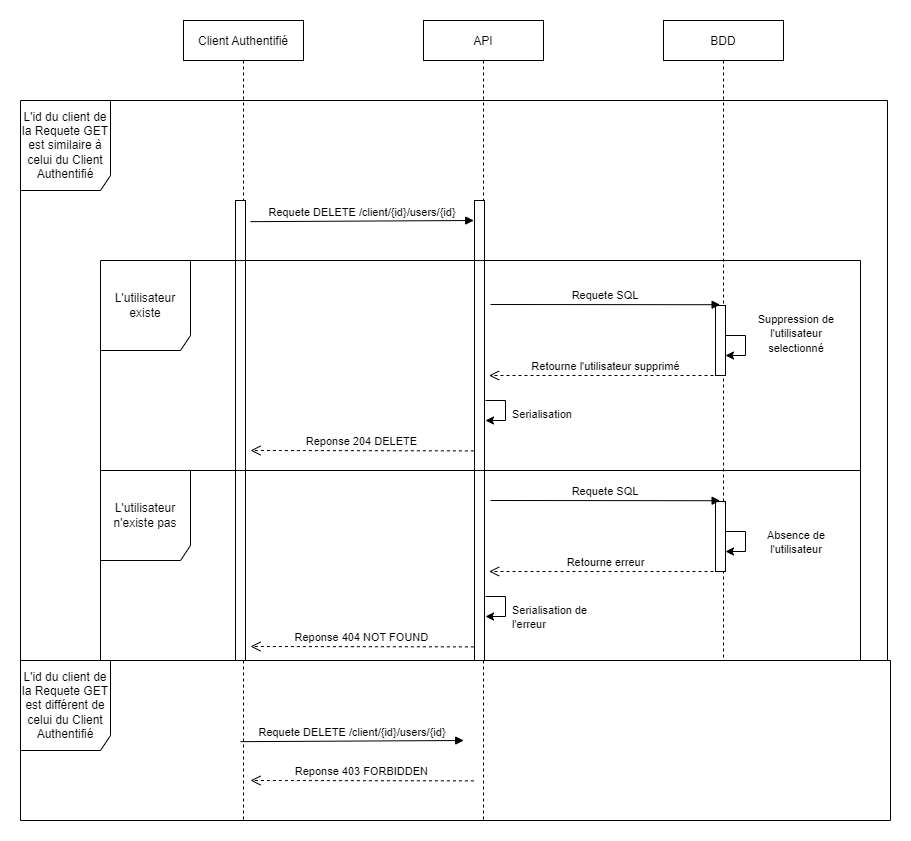
Earlier version of the draw.io export Diagrams/Sequence DELETE users.png (Pierre-Ka/API-OP7). Source tidied: cells renumbered, new cells last; positions are measured from the earlier drawing's top-left corner, leaving out a move shared by most shapes. The source it was exported from:
```xml
<mxGraphModel>
  <root>
    <mxCell id="0" />
    <mxCell id="1" parent="0" />
    <mxCell id="2" value="Client Authentifié" style="shape=umlLifeline;perimeter=lifelinePerimeter;rounded=0;shadow=0;strokeWidth=1;" parent="1" vertex="1">
      <mxGeometry x="163" width="120" height="800" as="geometry" />
    </mxCell>
    <mxCell id="3" style="perimeter=orthogonalPerimeter;rounded=0;shadow=0;strokeWidth=1;" parent="2" vertex="1">
      <mxGeometry x="52" y="180" width="10" height="460" as="geometry" />
    </mxCell>
    <mxCell id="4" value="API" style="shape=umlLifeline;perimeter=lifelinePerimeter;rounded=0;shadow=0;strokeWidth=1;" parent="1" vertex="1">
      <mxGeometry x="403" width="120" height="800" as="geometry" />
    </mxCell>
    <mxCell id="5" style="perimeter=orthogonalPerimeter;rounded=0;shadow=0;strokeWidth=1;" parent="4" vertex="1">
      <mxGeometry x="51" y="180" width="10" height="460" as="geometry" />
    </mxCell>
    <mxCell id="6" style="endArrow=classic;html=1;rounded=0;" parent="4" edge="1">
      <mxGeometry relative="1" as="geometry">
        <mxPoint x="62" y="380" as="sourcePoint" />
        <mxPoint x="62" y="400" as="targetPoint" />
        <Array as="points">
          <mxPoint x="82" y="380" />
          <mxPoint x="82" y="400" />
        </Array>
      </mxGeometry>
    </mxCell>
    <mxCell id="7" value="BDD" style="shape=umlLifeline;perimeter=lifelinePerimeter;rounded=0;shadow=0;strokeWidth=1;" parent="1" vertex="1">
      <mxGeometry x="643" width="120" height="640" as="geometry" />
    </mxCell>
    <mxCell id="8" value="L'id du client de la Requete GET est similaire à celui du Client Authentifié" style="shape=umlFrame;whiteSpace=wrap;html=1;width=90;height=90;" parent="1" vertex="1">
      <mxGeometry y="80" width="867" height="560" as="geometry" />
    </mxCell>
    <mxCell id="9" value="Requete DELETE /client/{id}/users/{id}" style="verticalAlign=bottom;endArrow=block;shadow=0;strokeWidth=1;exitX=1.18;exitY=0.233;exitDx=0;exitDy=0;exitPerimeter=0;" parent="1" edge="1">
      <mxGeometry relative="1" as="geometry">
        <mxPoint x="230" y="201.2" as="sourcePoint" />
        <mxPoint x="453.2" y="200" as="targetPoint" />
      </mxGeometry>
    </mxCell>
    <mxCell id="10" style="perimeter=orthogonalPerimeter;rounded=0;shadow=0;strokeWidth=1;" parent="1" vertex="1">
      <mxGeometry x="695" y="285" width="10" height="70" as="geometry" />
    </mxCell>
    <mxCell id="11" style="endArrow=classic;html=1;rounded=0;" parent="1" edge="1">
      <mxGeometry relative="1" as="geometry">
        <mxPoint x="705" y="315" as="sourcePoint" />
        <mxPoint x="705" y="335" as="targetPoint" />
        <Array as="points">
          <mxPoint x="725" y="315" />
          <mxPoint x="725" y="335" />
        </Array>
      </mxGeometry>
    </mxCell>
    <mxCell id="12" value="&lt;div style=&quot;text-align: center&quot;&gt;&lt;font face=&quot;helvetica&quot;&gt;&lt;span style=&quot;font-size: 11px ; background-color: rgb(255 , 255 , 255)&quot;&gt;Suppression de l'utilisateur selectionné&lt;/span&gt;&lt;/font&gt;&lt;/div&gt;" style="text;whiteSpace=wrap;html=1;" parent="1" vertex="1">
      <mxGeometry x="730" y="285" width="90" height="30" as="geometry" />
    </mxCell>
    <mxCell id="13" value="Requete SQL" style="verticalAlign=bottom;endArrow=block;shadow=0;strokeWidth=1;entryX=0.497;entryY=0.182;entryDx=0;entryDy=0;entryPerimeter=0;" parent="1" edge="1">
      <mxGeometry relative="1" as="geometry">
        <mxPoint x="470" y="284" as="sourcePoint" />
        <mxPoint x="699.6" y="284.2" as="targetPoint" />
      </mxGeometry>
    </mxCell>
    <mxCell id="14" value="&lt;span style=&quot;color: rgb(0 , 0 , 0) ; font-family: &amp;#34;helvetica&amp;#34; ; font-size: 11px ; font-style: normal ; font-weight: 400 ; letter-spacing: normal ; text-align: center ; text-indent: 0px ; text-transform: none ; word-spacing: 0px ; background-color: rgb(255 , 255 , 255) ; display: inline ; float: none&quot;&gt;Serialisation&lt;/span&gt;" style="text;whiteSpace=wrap;html=1;" parent="1" vertex="1">
      <mxGeometry x="490" y="380" width="100" height="30" as="geometry" />
    </mxCell>
    <mxCell id="15" value="Retourne l'utilisateur supprimé " style="verticalAlign=bottom;endArrow=open;dashed=1;endSize=8;shadow=0;strokeWidth=1;" parent="1" edge="1">
      <mxGeometry relative="1" as="geometry">
        <mxPoint x="705" y="355" as="sourcePoint" />
        <mxPoint x="468.6" y="355" as="targetPoint" />
      </mxGeometry>
    </mxCell>
    <mxCell id="16" value="Reponse 204 DELETE" style="verticalAlign=bottom;endArrow=open;dashed=1;endSize=8;shadow=0;strokeWidth=1;exitX=0.14;exitY=0.239;exitDx=0;exitDy=0;exitPerimeter=0;" parent="1" edge="1">
      <mxGeometry relative="1" as="geometry">
        <mxPoint x="453.4" y="430.4" as="sourcePoint" />
        <mxPoint x="230" y="430" as="targetPoint" />
      </mxGeometry>
    </mxCell>
    <mxCell id="17" style="endArrow=classic;html=1;rounded=0;" parent="1" edge="1">
      <mxGeometry relative="1" as="geometry">
        <mxPoint x="465" y="576" as="sourcePoint" />
        <mxPoint x="465" y="596" as="targetPoint" />
        <Array as="points">
          <mxPoint x="485" y="576" />
          <mxPoint x="485" y="596" />
        </Array>
      </mxGeometry>
    </mxCell>
    <mxCell id="18" style="perimeter=orthogonalPerimeter;rounded=0;shadow=0;strokeWidth=1;" parent="1" vertex="1">
      <mxGeometry x="695" y="481" width="10" height="70" as="geometry" />
    </mxCell>
    <mxCell id="19" style="endArrow=classic;html=1;rounded=0;" parent="1" edge="1">
      <mxGeometry relative="1" as="geometry">
        <mxPoint x="705" y="511" as="sourcePoint" />
        <mxPoint x="705" y="531" as="targetPoint" />
        <Array as="points">
          <mxPoint x="725" y="511" />
          <mxPoint x="725" y="531" />
        </Array>
      </mxGeometry>
    </mxCell>
    <mxCell id="20" value="&lt;div style=&quot;text-align: center&quot;&gt;&lt;font face=&quot;helvetica&quot;&gt;&lt;span style=&quot;font-size: 11px ; background-color: rgb(255 , 255 , 255)&quot;&gt;Absence de l'utilisateur&lt;/span&gt;&lt;/font&gt;&lt;/div&gt;" style="text;whiteSpace=wrap;html=1;" parent="1" vertex="1">
      <mxGeometry x="730" y="501" width="90" height="30" as="geometry" />
    </mxCell>
    <mxCell id="21" value="Requete SQL" style="verticalAlign=bottom;endArrow=block;shadow=0;strokeWidth=1;entryX=0.497;entryY=0.182;entryDx=0;entryDy=0;entryPerimeter=0;" parent="1" edge="1">
      <mxGeometry relative="1" as="geometry">
        <mxPoint x="470" y="480" as="sourcePoint" />
        <mxPoint x="699.6" y="480.2" as="targetPoint" />
      </mxGeometry>
    </mxCell>
    <mxCell id="22" value="&lt;span style=&quot;color: rgb(0 , 0 , 0) ; font-family: &amp;#34;helvetica&amp;#34; ; font-size: 11px ; font-style: normal ; font-weight: 400 ; letter-spacing: normal ; text-align: center ; text-indent: 0px ; text-transform: none ; word-spacing: 0px ; background-color: rgb(255 , 255 , 255) ; display: inline ; float: none&quot;&gt;Serialisation de l'erreur&lt;/span&gt;" style="text;whiteSpace=wrap;html=1;" parent="1" vertex="1">
      <mxGeometry x="490" y="576" width="100" height="30" as="geometry" />
    </mxCell>
    <mxCell id="23" value="Retourne erreur " style="verticalAlign=bottom;endArrow=open;dashed=1;endSize=8;shadow=0;strokeWidth=1;" parent="1" edge="1">
      <mxGeometry relative="1" as="geometry">
        <mxPoint x="705" y="551" as="sourcePoint" />
        <mxPoint x="468.6" y="551" as="targetPoint" />
      </mxGeometry>
    </mxCell>
    <mxCell id="24" value="Reponse 404 NOT FOUND" style="verticalAlign=bottom;endArrow=open;dashed=1;endSize=8;shadow=0;strokeWidth=1;exitX=0.14;exitY=0.239;exitDx=0;exitDy=0;exitPerimeter=0;" parent="1" edge="1">
      <mxGeometry relative="1" as="geometry">
        <mxPoint x="453.4" y="626.4" as="sourcePoint" />
        <mxPoint x="230" y="626" as="targetPoint" />
      </mxGeometry>
    </mxCell>
    <mxCell id="25" value="L'id du client de la Requete GET est différent de celui du Client Authentifié" style="shape=umlFrame;whiteSpace=wrap;html=1;width=90;height=90;" parent="1" vertex="1">
      <mxGeometry y="640" width="870" height="160" as="geometry" />
    </mxCell>
    <mxCell id="26" value="L'utilisateur existe" style="shape=umlFrame;whiteSpace=wrap;html=1;width=90;height=90;" parent="1" vertex="1">
      <mxGeometry x="80" y="240" width="760" height="210" as="geometry" />
    </mxCell>
    <mxCell id="27" value="L'utilisateur n'existe pas" style="shape=umlFrame;whiteSpace=wrap;html=1;width=90;height=90;" parent="1" vertex="1">
      <mxGeometry x="80" y="450" width="760" height="190" as="geometry" />
    </mxCell>
    <mxCell id="28" value="Requete DELETE /client/{id}/users/{id}" style="verticalAlign=bottom;endArrow=block;shadow=0;strokeWidth=1;exitX=1.18;exitY=0.233;exitDx=0;exitDy=0;exitPerimeter=0;" parent="1" edge="1">
      <mxGeometry relative="1" as="geometry">
        <mxPoint x="220" y="721.2" as="sourcePoint" />
        <mxPoint x="443.2" y="720" as="targetPoint" />
      </mxGeometry>
    </mxCell>
    <mxCell id="29" value="Reponse 403 FORBIDDEN" style="verticalAlign=bottom;endArrow=open;dashed=1;endSize=8;shadow=0;strokeWidth=1;exitX=0.14;exitY=0.239;exitDx=0;exitDy=0;exitPerimeter=0;" parent="1" edge="1">
      <mxGeometry relative="1" as="geometry">
        <mxPoint x="453.4" y="760.4" as="sourcePoint" />
        <mxPoint x="230" y="760" as="targetPoint" />
      </mxGeometry>
    </mxCell>
  </root>
</mxGraphModel>
```
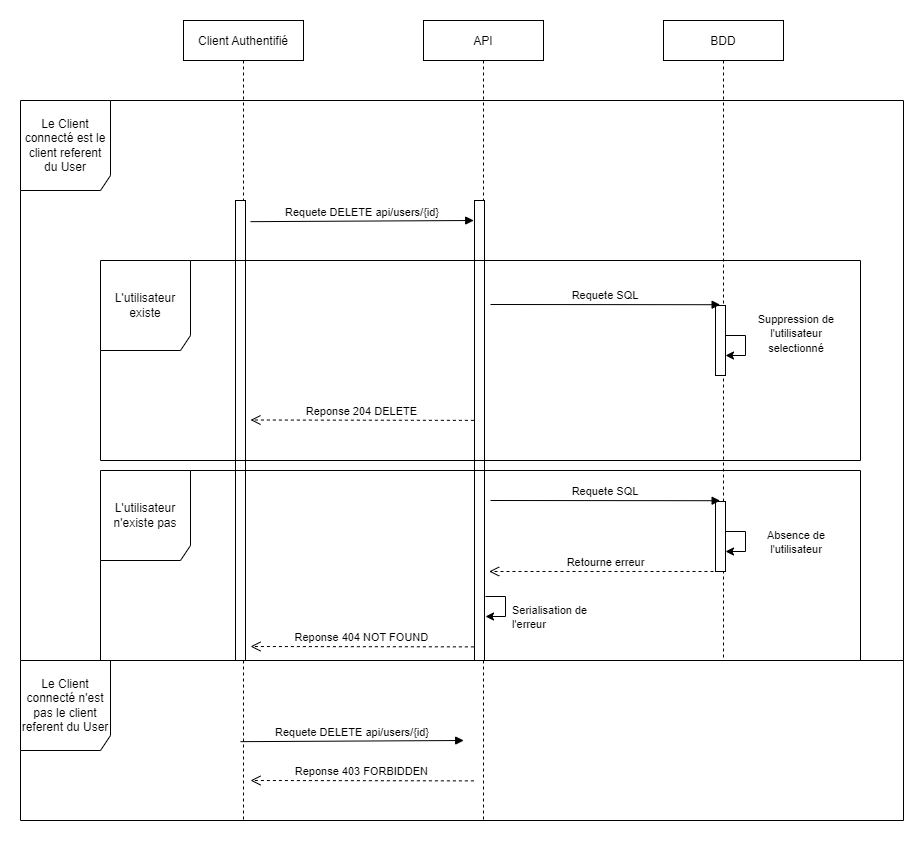
The same diagram one commit later.

Change to the diagram source:
```diff
@@ -14,23 +14,13 @@
     <mxCell id="5" style="perimeter=orthogonalPerimeter;rounded=0;shadow=0;strokeWidth=1;" parent="4" vertex="1">
       <mxGeometry x="51" y="180" width="10" height="460" as="geometry" />
     </mxCell>
-    <mxCell id="6" style="endArrow=classic;html=1;rounded=0;" parent="4" edge="1">
-      <mxGeometry relative="1" as="geometry">
-        <mxPoint x="62" y="380" as="sourcePoint" />
-        <mxPoint x="62" y="400" as="targetPoint" />
-        <Array as="points">
-          <mxPoint x="82" y="380" />
-          <mxPoint x="82" y="400" />
-        </Array>
-      </mxGeometry>
-    </mxCell>
     <mxCell id="7" value="BDD" style="shape=umlLifeline;perimeter=lifelinePerimeter;rounded=0;shadow=0;strokeWidth=1;" parent="1" vertex="1">
       <mxGeometry x="643" width="120" height="640" as="geometry" />
     </mxCell>
-    <mxCell id="8" value="L'id du client de la Requete GET est similaire à celui du Client Authentifié" style="shape=umlFrame;whiteSpace=wrap;html=1;width=90;height=90;" parent="1" vertex="1">
-      <mxGeometry y="80" width="867" height="560" as="geometry" />
+    <mxCell id="8" value="Le Client connecté est le client referent du User" style="shape=umlFrame;whiteSpace=wrap;html=1;width=90;height=90;" parent="1" vertex="1">
+      <mxGeometry y="80" width="883" height="560" as="geometry" />
     </mxCell>
-    <mxCell id="9" value="Requete DELETE /client/{id}/users/{id}" style="verticalAlign=bottom;endArrow=block;shadow=0;strokeWidth=1;exitX=1.18;exitY=0.233;exitDx=0;exitDy=0;exitPerimeter=0;" parent="1" edge="1">
+    <mxCell id="9" value="Requete DELETE api/users/{id}" style="verticalAlign=bottom;endArrow=block;shadow=0;strokeWidth=1;exitX=1.18;exitY=0.233;exitDx=0;exitDy=0;exitPerimeter=0;" parent="1" edge="1">
       <mxGeometry relative="1" as="geometry">
         <mxPoint x="230" y="201.2" as="sourcePoint" />
         <mxPoint x="453.2" y="200" as="targetPoint" />
@@ -58,19 +48,10 @@
         <mxPoint x="699.6" y="284.2" as="targetPoint" />
       </mxGeometry>
     </mxCell>
-    <mxCell id="14" value="&lt;span style=&quot;color: rgb(0 , 0 , 0) ; font-family: &amp;#34;helvetica&amp;#34; ; font-size: 11px ; font-style: normal ; font-weight: 400 ; letter-spacing: normal ; text-align: center ; text-indent: 0px ; text-transform: none ; word-spacing: 0px ; background-color: rgb(255 , 255 , 255) ; display: inline ; float: none&quot;&gt;Serialisation&lt;/span&gt;" style="text;whiteSpace=wrap;html=1;" parent="1" vertex="1">
-      <mxGeometry x="490" y="380" width="100" height="30" as="geometry" />
-    </mxCell>
-    <mxCell id="15" value="Retourne l'utilisateur supprimé " style="verticalAlign=bottom;endArrow=open;dashed=1;endSize=8;shadow=0;strokeWidth=1;" parent="1" edge="1">
-      <mxGeometry relative="1" as="geometry">
-        <mxPoint x="705" y="355" as="sourcePoint" />
-        <mxPoint x="468.6" y="355" as="targetPoint" />
-      </mxGeometry>
-    </mxCell>
     <mxCell id="16" value="Reponse 204 DELETE" style="verticalAlign=bottom;endArrow=open;dashed=1;endSize=8;shadow=0;strokeWidth=1;exitX=0.14;exitY=0.239;exitDx=0;exitDy=0;exitPerimeter=0;" parent="1" edge="1">
       <mxGeometry relative="1" as="geometry">
-        <mxPoint x="453.4" y="430.4" as="sourcePoint" />
-        <mxPoint x="230" y="430" as="targetPoint" />
+        <mxPoint x="453.4" y="399.9" as="sourcePoint" />
+        <mxPoint x="230" y="399.5" as="targetPoint" />
       </mxGeometry>
     </mxCell>
     <mxCell id="17" style="endArrow=classic;html=1;rounded=0;" parent="1" edge="1">
@@ -120,16 +101,16 @@
         <mxPoint x="230" y="626" as="targetPoint" />
       </mxGeometry>
     </mxCell>
-    <mxCell id="25" value="L'id du client de la Requete GET est différent de celui du Client Authentifié" style="shape=umlFrame;whiteSpace=wrap;html=1;width=90;height=90;" parent="1" vertex="1">
-      <mxGeometry y="640" width="870" height="160" as="geometry" />
+    <mxCell id="25" value="Le Client connecté n'est pas le client referent du User" style="shape=umlFrame;whiteSpace=wrap;html=1;width=90;height=90;" parent="1" vertex="1">
+      <mxGeometry y="640" width="883" height="160" as="geometry" />
     </mxCell>
     <mxCell id="26" value="L'utilisateur existe" style="shape=umlFrame;whiteSpace=wrap;html=1;width=90;height=90;" parent="1" vertex="1">
-      <mxGeometry x="80" y="240" width="760" height="210" as="geometry" />
+      <mxGeometry x="80" y="240" width="760" height="200" as="geometry" />
     </mxCell>
     <mxCell id="27" value="L'utilisateur n'existe pas" style="shape=umlFrame;whiteSpace=wrap;html=1;width=90;height=90;" parent="1" vertex="1">
       <mxGeometry x="80" y="450" width="760" height="190" as="geometry" />
     </mxCell>
-    <mxCell id="28" value="Requete DELETE /client/{id}/users/{id}" style="verticalAlign=bottom;endArrow=block;shadow=0;strokeWidth=1;exitX=1.18;exitY=0.233;exitDx=0;exitDy=0;exitPerimeter=0;" parent="1" edge="1">
+    <mxCell id="28" value="Requete DELETE api/users/{id}" style="verticalAlign=bottom;endArrow=block;shadow=0;strokeWidth=1;exitX=1.18;exitY=0.233;exitDx=0;exitDy=0;exitPerimeter=0;" parent="1" edge="1">
       <mxGeometry relative="1" as="geometry">
         <mxPoint x="220" y="721.2" as="sourcePoint" />
         <mxPoint x="443.2" y="720" as="targetPoint" />
```
